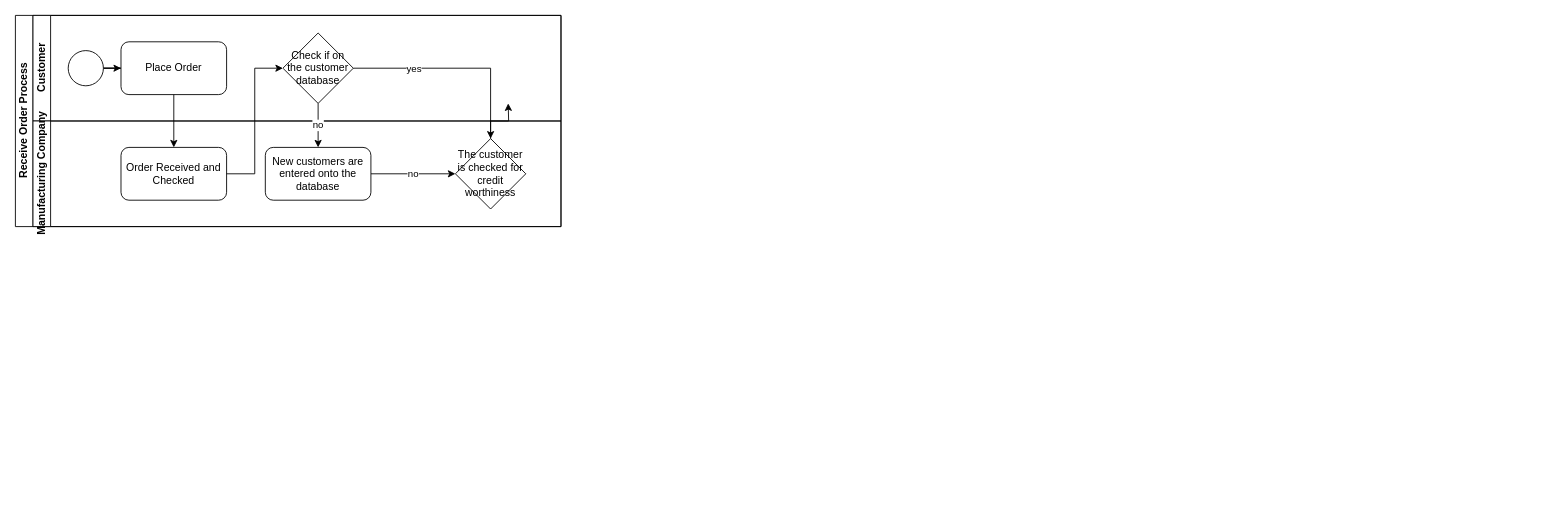
Earlier version of the draw.io diagram others/BPNM1.drawio (cky008/note-nuist). Source tidied: cells renumbered, new cells numbered last; positions are measured from the earlier drawing's top-left corner, leaving out a move shared by most shapes. Both pictures are drawn from the tidied source at 88%, with x=0, y=0 at pixel (15, 15).
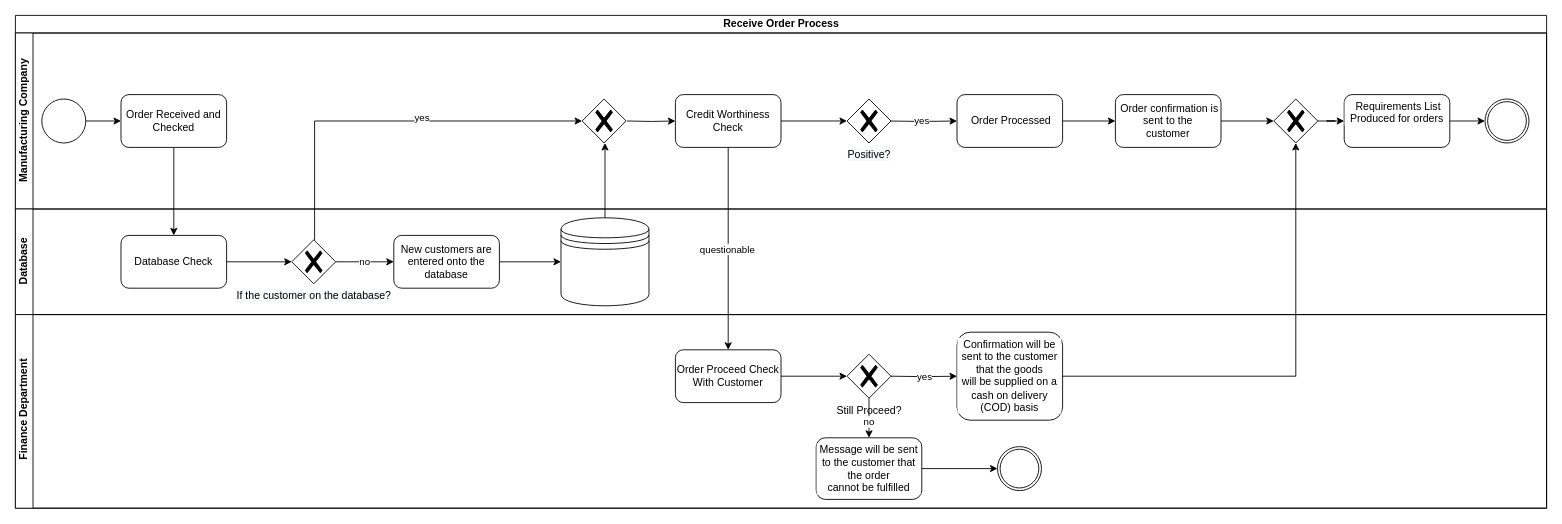
Above is the later version.

Diff of the diagram source:
```diff
@@
-    <mxCell id="2" value="Receive Order Process" style="swimlane;html=1;horizontal=0;startSize=20;" parent="1" vertex="1">
-      <mxGeometry width="620" height="240" as="geometry" />
+    <mxCell id="2" value="&lt;span style=&quot;background-color: rgb(255, 255, 255);&quot;&gt;Receive Order Process&lt;/span&gt;" style="swimlane;html=1;horizontal=1;startSize=20;" parent="1" vertex="1">
+      <mxGeometry width="1740" height="560" as="geometry" />
     </mxCell>
-    <mxCell id="3" value="Customer" style="swimlane;html=1;startSize=20;horizontal=0;" parent="2" vertex="1">
-      <mxGeometry x="20" width="600" height="120" as="geometry" />
-    </mxCell>
-    <mxCell id="4" style="edgeStyle=orthogonalEdgeStyle;rounded=0;jettySize=auto;html=1;" parent="3" edge="1" source="5" target="6">
-      <mxGeometry relative="1" as="geometry" />
-    </mxCell>
-    <mxCell id="5" style="ellipse;whiteSpace=wrap;html=1;" parent="3" vertex="1">
-      <mxGeometry x="40" y="40" width="40" height="40" as="geometry" />
-    </mxCell>
-    <mxCell id="6" value="Place Order" style="rounded=1;whiteSpace=wrap;html=1;" parent="3" vertex="1">
-      <mxGeometry x="100" y="30" width="120" height="60" as="geometry" />
-    </mxCell>
-    <mxCell id="7" value="Check if on the customer database" style="rhombus;whiteSpace=wrap;html=1;" parent="3" vertex="1">
-      <mxGeometry x="284" y="20" width="80" height="80" as="geometry" />
-    </mxCell>
+    <mxCell id="19" style="edgeStyle=orthogonalEdgeStyle;rounded=0;jettySize=auto;html=1;" parent="2" edge="1" source="9" target="39">
+      <mxGeometry relative="1" as="geometry" />
+    </mxCell>
+    <mxCell id="20" style="edgeStyle=orthogonalEdgeStyle;rounded=0;jettySize=auto;html=1;" parent="2" edge="1" source="44" target="30">
+      <mxGeometry relative="1" as="geometry">
+        <Array as="points">
+          <mxPoint x="340" y="120" />
+        </Array>
+      </mxGeometry>
+    </mxCell>
+    <mxCell id="17" value="yes" style="edgeLabel;html=1;align=center;verticalAlign=middle;" parent="20" vertex="1">
+      <mxGeometry x="0.17" y="5" relative="1" as="geometry" />
+    </mxCell>
     <mxCell id="8" value="Manufacturing Company" style="swimlane;html=1;startSize=20;horizontal=0;" parent="2" vertex="1">
-      <mxGeometry x="20" y="120" width="600" height="120" as="geometry" />
+      <mxGeometry y="20" width="1740" height="200" as="geometry" />
     </mxCell>
     <mxCell id="9" value="Order Received and Checked" style="rounded=1;whiteSpace=wrap;html=1;" parent="8" vertex="1">
-      <mxGeometry x="100" y="30" width="120" height="60" as="geometry" />
+      <mxGeometry x="120" y="70" width="120" height="60" as="geometry" />
     </mxCell>
-    <mxCell id="10" value="no" style="edgeStyle=orthogonalEdgeStyle;rounded=0;jettySize=auto;html=1;" parent="8" edge="1" source="11" target="12">
-      <mxGeometry relative="1" as="geometry" />
-    </mxCell>
+    <mxCell id="21" value="yes" style="edgeStyle=orthogonalEdgeStyle;rounded=0;jettySize=auto;html=1;" parent="8" edge="1" target="26">
+      <mxGeometry relative="1" as="geometry">
+        <mxPoint x="990" y="100" as="sourcePoint" />
+      </mxGeometry>
+    </mxCell>
+    <mxCell id="22" style="edgeStyle=orthogonalEdgeStyle;rounded=0;jettySize=auto;html=1;" parent="8" edge="1" source="23" target="31">
+      <mxGeometry relative="1" as="geometry" />
+    </mxCell>
+    <mxCell id="23" value="Credit Worthiness Check" style="rounded=1;whiteSpace=wrap;html=1;" parent="8" vertex="1">
+      <mxGeometry x="750" y="70" width="120" height="60" as="geometry" />
+    </mxCell>
+    <mxCell id="24" style="edgeStyle=orthogonalEdgeStyle;rounded=0;jettySize=auto;html=1;" parent="8" edge="1" target="23">
+      <mxGeometry relative="1" as="geometry">
+        <mxPoint x="695" y="100" as="sourcePoint" />
+      </mxGeometry>
+    </mxCell>
+    <mxCell id="25" style="edgeStyle=orthogonalEdgeStyle;rounded=0;jettySize=auto;html=1;" parent="8" edge="1" source="37" target="9">
+      <mxGeometry relative="1" as="geometry" />
+    </mxCell>
+    <mxCell id="26" value="&amp;nbsp;Order Processed" style="rounded=1;whiteSpace=wrap;html=1;" parent="8" vertex="1">
+      <mxGeometry x="1070" y="70" width="120" height="60" as="geometry" />
+    </mxCell>
+    <mxCell id="27" style="edgeStyle=orthogonalEdgeStyle;rounded=0;jettySize=auto;html=1;" parent="8" edge="1" source="28" target="33">
+      <mxGeometry relative="1" as="geometry" />
+    </mxCell>
+    <mxCell id="28" value="&amp;nbsp;Order confirmation is sent to the &lt;br/&gt;customer" style="whiteSpace=wrap;html=1;rounded=1;" parent="8" vertex="1">
+      <mxGeometry x="1250" y="70" width="120" height="60" as="geometry" />
+    </mxCell>
+    <mxCell id="29" style="edgeStyle=orthogonalEdgeStyle;rounded=0;jettySize=auto;html=1;" parent="8" edge="1" source="26" target="28">
+      <mxGeometry relative="1" as="geometry" />
+    </mxCell>
+    <mxCell id="30" style="points=[[0.25,0.25,0],[0.5,0,0],[0.75,0.25,0],[1,0.5,0],[0.75,0.75,0],[0.5,1,0],[0.25,0.75,0],[0,0.5,0]];shape=mxgraph.bpmn.gateway2;html=1;verticalLabelPosition=bottom;labelBackgroundColor=#ffffff;verticalAlign=top;align=center;perimeter=rhombusPerimeter;outlineConnect=0;outline=none;symbol=none;gwType=exclusive;" parent="8" vertex="1">
+      <mxGeometry x="644" y="75" width="50" height="50" as="geometry" />
+    </mxCell>
+    <mxCell id="31" value="&lt;span style=&quot;background-color: rgb(248, 249, 250);&quot;&gt;Positive?&lt;/span&gt;" style="points=[[0.25,0.25,0],[0.5,0,0],[0.75,0.25,0],[1,0.5,0],[0.75,0.75,0],[0.5,1,0],[0.25,0.75,0],[0,0.5,0]];shape=mxgraph.bpmn.gateway2;html=1;verticalLabelPosition=bottom;labelBackgroundColor=#ffffff;verticalAlign=top;align=center;perimeter=rhombusPerimeter;outlineConnect=0;outline=none;symbol=none;gwType=exclusive;" parent="8" vertex="1">
+      <mxGeometry x="945" y="75" width="50" height="50" as="geometry" />
+    </mxCell>
+    <mxCell id="32" style="edgeStyle=orthogonalEdgeStyle;rounded=0;jettySize=auto;html=1;" parent="8" edge="1" source="33" target="35">
+      <mxGeometry relative="1" as="geometry" />
+    </mxCell>
+    <mxCell id="33" style="points=[[0.25,0.25,0],[0.5,0,0],[0.75,0.25,0],[1,0.5,0],[0.75,0.75,0],[0.5,1,0],[0.25,0.75,0],[0,0.5,0]];shape=mxgraph.bpmn.gateway2;html=1;verticalLabelPosition=bottom;labelBackgroundColor=#ffffff;verticalAlign=top;align=center;perimeter=rhombusPerimeter;outlineConnect=0;outline=none;symbol=none;gwType=exclusive;" parent="8" vertex="1">
+      <mxGeometry x="1430" y="75" width="50" height="50" as="geometry" />
+    </mxCell>
+    <mxCell id="34" style="edgeStyle=orthogonalEdgeStyle;rounded=0;jettySize=auto;html=1;" parent="8" edge="1" source="35" target="36">
+      <mxGeometry relative="1" as="geometry" />
+    </mxCell>
+    <mxCell id="35" value="&amp;nbsp;Requirements List Produced for orders" style="rounded=1;whiteSpace=wrap;html=1;verticalAlign=top;labelBackgroundColor=#ffffff;" parent="8" vertex="1">
+      <mxGeometry x="1510" y="70" width="120" height="60" as="geometry" />
+    </mxCell>
+    <mxCell id="36" style="points=[[0.145,0.145,0],[0.5,0,0],[0.855,0.145,0],[1,0.5,0],[0.855,0.855,0],[0.5,1,0],[0.145,0.855,0],[0,0.5,0]];shape=mxgraph.bpmn.event;html=1;verticalLabelPosition=bottom;labelBackgroundColor=#ffffff;verticalAlign=top;align=center;perimeter=ellipsePerimeter;outlineConnect=0;outline=throwing;symbol=general;" parent="8" vertex="1">
+      <mxGeometry x="1670" y="75" width="50" height="50" as="geometry" />
+    </mxCell>
+    <mxCell id="37" style="points=[[0.145,0.145,0],[0.5,0,0],[0.855,0.145,0],[1,0.5,0],[0.855,0.855,0],[0.5,1,0],[0.145,0.855,0],[0,0.5,0]];shape=mxgraph.bpmn.event;html=1;verticalLabelPosition=bottom;labelBackgroundColor=#ffffff;verticalAlign=top;align=center;perimeter=ellipsePerimeter;outlineConnect=0;outline=standard;symbol=general;" parent="8" vertex="1">
+      <mxGeometry x="30" y="75" width="50" height="50" as="geometry" />
+    </mxCell>
+    <mxCell id="38" value="Database" style="swimlane;html=1;startSize=20;horizontal=0;" parent="2" vertex="1">
+      <mxGeometry y="220" width="1740" height="120" as="geometry" />
+    </mxCell>
+    <mxCell id="39" value="Database Check" style="rounded=1;whiteSpace=wrap;html=1;" parent="38" vertex="1">
+      <mxGeometry x="120" y="30" width="120" height="60" as="geometry" />
+    </mxCell>
+    <mxCell id="40" value="no" style="edgeStyle=orthogonalEdgeStyle;rounded=0;jettySize=auto;html=1;" parent="38" edge="1" source="44" target="11">
+      <mxGeometry relative="1" as="geometry" />
+    </mxCell>
+    <mxCell id="41" style="edgeStyle=orthogonalEdgeStyle;rounded=0;jettySize=auto;html=1;" parent="38" edge="1" source="39" target="44">
+      <mxGeometry relative="1" as="geometry" />
+    </mxCell>
+    <mxCell id="42" style="edgeStyle=orthogonalEdgeStyle;rounded=0;jettySize=auto;html=1;" parent="38" edge="1" source="11" target="43">
+      <mxGeometry relative="1" as="geometry" />
+    </mxCell>
-    <mxCell id="11" value="New customers are entered onto the database" style="rounded=1;whiteSpace=wrap;html=1;" parent="8" vertex="1">
-      <mxGeometry x="264" y="30" width="120" height="60" as="geometry" />
+    <mxCell id="11" value="New customers are entered onto the database" style="rounded=1;whiteSpace=wrap;html=1;" parent="38" vertex="1">
+      <mxGeometry x="430" y="30" width="120" height="60" as="geometry" />
     </mxCell>
-    <mxCell id="12" value="The customer is checked for credit worthiness" style="rhombus;whiteSpace=wrap;html=1;" parent="8" vertex="1">
-      <mxGeometry x="480" y="20" width="80" height="80" as="geometry" />
-    </mxCell>
-    <mxCell id="13" style="edgeStyle=orthogonalEdgeStyle;rounded=0;jettySize=auto;html=1;" parent="2" edge="1" source="6" target="9">
-      <mxGeometry relative="1" as="geometry" />
-    </mxCell>
-    <mxCell id="14" style="edgeStyle=orthogonalEdgeStyle;rounded=0;jettySize=auto;html=1;entryX=0;entryY=0.5;entryDx=0;entryDy=0;" parent="2" edge="1" source="9" target="7">
-      <mxGeometry relative="1" as="geometry" />
-    </mxCell>
-    <mxCell id="15" value="no" style="edgeStyle=orthogonalEdgeStyle;rounded=0;jettySize=auto;html=1;" parent="2" edge="1" source="7" target="11">
-      <mxGeometry relative="1" as="geometry" />
-    </mxCell>
-    <mxCell id="16" style="edgeStyle=orthogonalEdgeStyle;rounded=0;jettySize=auto;html=1;" parent="2" edge="1" source="7" target="12">
-      <mxGeometry relative="1" as="geometry" />
-    </mxCell>
-    <mxCell id="17" value="yes" style="edgeLabel;html=1;align=center;verticalAlign=middle;" parent="16" vertex="1">
-      <mxGeometry x="-0.42" y="-1" relative="1" as="geometry">
-        <mxPoint y="-1" as="offset" />
-      </mxGeometry>
-    </mxCell>
-    <mxCell id="18" style="edgeStyle=orthogonalEdgeStyle;rounded=0;jettySize=auto;html=1;" parent="2" edge="1" source="12">
-      <mxGeometry relative="1" as="geometry">
-        <mxPoint x="560" y="100" as="targetPoint" />
-      </mxGeometry>
-    </mxCell>
+    <mxCell id="43" style="shape=datastore;whiteSpace=wrap;html=1;labelPosition=center;verticalLabelPosition=bottom;align=center;verticalAlign=top;" parent="38" vertex="1">
+      <mxGeometry x="620" y="10" width="100" height="100" as="geometry" />
+    </mxCell>
+    <mxCell id="44" value="&lt;span style=&quot;background-color: rgb(248, 249, 250);&quot;&gt;If the customer on the database?&lt;/span&gt;" style="points=[[0.25,0.25,0],[0.5,0,0],[0.75,0.25,0],[1,0.5,0],[0.75,0.75,0],[0.5,1,0],[0.25,0.75,0],[0,0.5,0]];shape=mxgraph.bpmn.gateway2;html=1;verticalLabelPosition=bottom;labelBackgroundColor=#ffffff;verticalAlign=top;align=center;perimeter=rhombusPerimeter;outlineConnect=0;outline=none;symbol=none;gwType=exclusive;" parent="38" vertex="1">
+      <mxGeometry x="314" y="35" width="50" height="50" as="geometry" />
+    </mxCell>
+    <mxCell id="45" style="edgeStyle=orthogonalEdgeStyle;rounded=0;jettySize=auto;html=1;" parent="2" edge="1" source="43">
+      <mxGeometry relative="1" as="geometry">
+        <mxPoint x="670" y="145" as="targetPoint" />
+      </mxGeometry>
+    </mxCell>
+    <mxCell id="46" value="&amp;nbsp;Finance Department" style="swimlane;html=1;startSize=20;horizontal=0;" parent="2" vertex="1">
+      <mxGeometry y="340" width="1740" height="220" as="geometry" />
+    </mxCell>
+    <mxCell id="47" style="edgeStyle=orthogonalEdgeStyle;rounded=0;jettySize=auto;html=1;" parent="46" edge="1" source="48" target="51">
+      <mxGeometry relative="1" as="geometry" />
+    </mxCell>
+    <mxCell id="48" value="Order Proceed Check With Customer" style="whiteSpace=wrap;html=1;rounded=1;" parent="46" vertex="1">
+      <mxGeometry x="750" y="40" width="120" height="60" as="geometry" />
+    </mxCell>
+    <mxCell id="49" value="yes" style="edgeStyle=orthogonalEdgeStyle;rounded=0;jettySize=auto;html=1;" parent="46" edge="1" target="50">
+      <mxGeometry relative="1" as="geometry">
+        <mxPoint x="995" y="70" as="sourcePoint" />
+      </mxGeometry>
+    </mxCell>
+    <mxCell id="50" value="Confirmation will be sent to the customer that the goods &lt;br&gt;will be supplied on a cash on delivery (COD) basis" style="rounded=1;whiteSpace=wrap;html=1;verticalAlign=top;labelBackgroundColor=#ffffff;" parent="46" vertex="1">
+      <mxGeometry x="1070" y="20" width="120" height="100" as="geometry" />
+    </mxCell>
+    <mxCell id="51" value="Still Proceed?" style="points=[[0.25,0.25,0],[0.5,0,0],[0.75,0.25,0],[1,0.5,0],[0.75,0.75,0],[0.5,1,0],[0.25,0.75,0],[0,0.5,0]];shape=mxgraph.bpmn.gateway2;html=1;verticalLabelPosition=bottom;labelBackgroundColor=#ffffff;verticalAlign=top;align=center;perimeter=rhombusPerimeter;outlineConnect=0;outline=none;symbol=none;gwType=exclusive;" parent="46" vertex="1">
+      <mxGeometry x="945" y="45" width="50" height="50" as="geometry" />
+    </mxCell>
+    <mxCell id="52" style="edgeStyle=orthogonalEdgeStyle;rounded=0;jettySize=auto;html=1;" parent="46" edge="1" source="53" target="56">
+      <mxGeometry relative="1" as="geometry" />
+    </mxCell>
+    <mxCell id="53" value="Message will be sent to the customer that the order &lt;br/&gt;cannot be fulfilled" style="rounded=1;whiteSpace=wrap;html=1;verticalAlign=top;labelBackgroundColor=#ffffff;" parent="46" vertex="1">
+      <mxGeometry x="910" y="140" width="120" height="70" as="geometry" />
+    </mxCell>
+    <mxCell id="54" style="edgeStyle=orthogonalEdgeStyle;rounded=0;jettySize=auto;html=1;entryX=0.5;entryY=0;entryDx=0;entryDy=0;" parent="46" edge="1" source="51" target="53">
+      <mxGeometry relative="1" as="geometry" />
+    </mxCell>
+    <mxCell id="55" value="no" style="edgeLabel;html=1;align=center;verticalAlign=middle;" parent="54" vertex="1">
+      <mxGeometry x="0.16" y="-1" relative="1" as="geometry" />
+    </mxCell>
+    <mxCell id="56" style="points=[[0.145,0.145,0],[0.5,0,0],[0.855,0.145,0],[1,0.5,0],[0.855,0.855,0],[0.5,1,0],[0.145,0.855,0],[0,0.5,0]];shape=mxgraph.bpmn.event;html=1;verticalLabelPosition=bottom;labelBackgroundColor=#ffffff;verticalAlign=top;align=center;perimeter=ellipsePerimeter;outlineConnect=0;outline=throwing;symbol=general;" parent="46" vertex="1">
+      <mxGeometry x="1116" y="150" width="50" height="50" as="geometry" />
+    </mxCell>
+    <mxCell id="57" style="edgeStyle=orthogonalEdgeStyle;rounded=0;jettySize=auto;html=1;" parent="2" edge="1" source="23" target="48">
+      <mxGeometry relative="1" as="geometry" />
+    </mxCell>
+    <mxCell id="58" value="questionable" style="edgeLabel;html=1;align=center;verticalAlign=middle;" parent="57" vertex="1">
+      <mxGeometry y="-2" relative="1" as="geometry" />
+    </mxCell>
+    <mxCell id="59" style="edgeStyle=orthogonalEdgeStyle;rounded=0;jettySize=auto;html=1;entryX=0.5;entryY=1;entryDx=0;entryDy=0;entryPerimeter=0;" parent="2" edge="1" source="50" target="33">
+      <mxGeometry relative="1" as="geometry" />
+    </mxCell>
```
